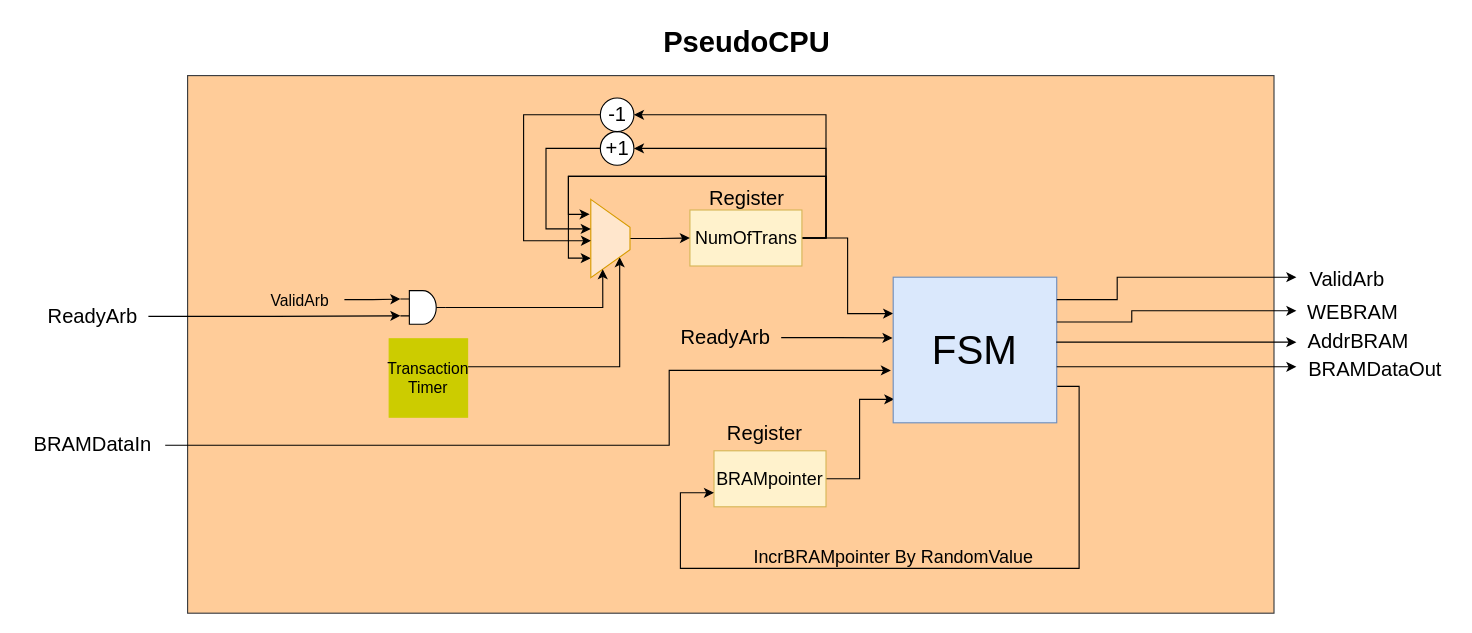
The draw.io diagram page "Σελίδα-1" (1 of 6) of chi-Doc-Draw/DMA/Drawings/FULLSystemAligned.drawio in akourkoulos/Chi-DMA, before the edit. Source tidied: cells renumbered, new cells numbered last; positions are measured from the earlier drawing's top-left corner, leaving out a move shared by most shapes. Both pictures are drawn from the tidied source at 112%, with x=0, y=0 at pixel (19, 19).
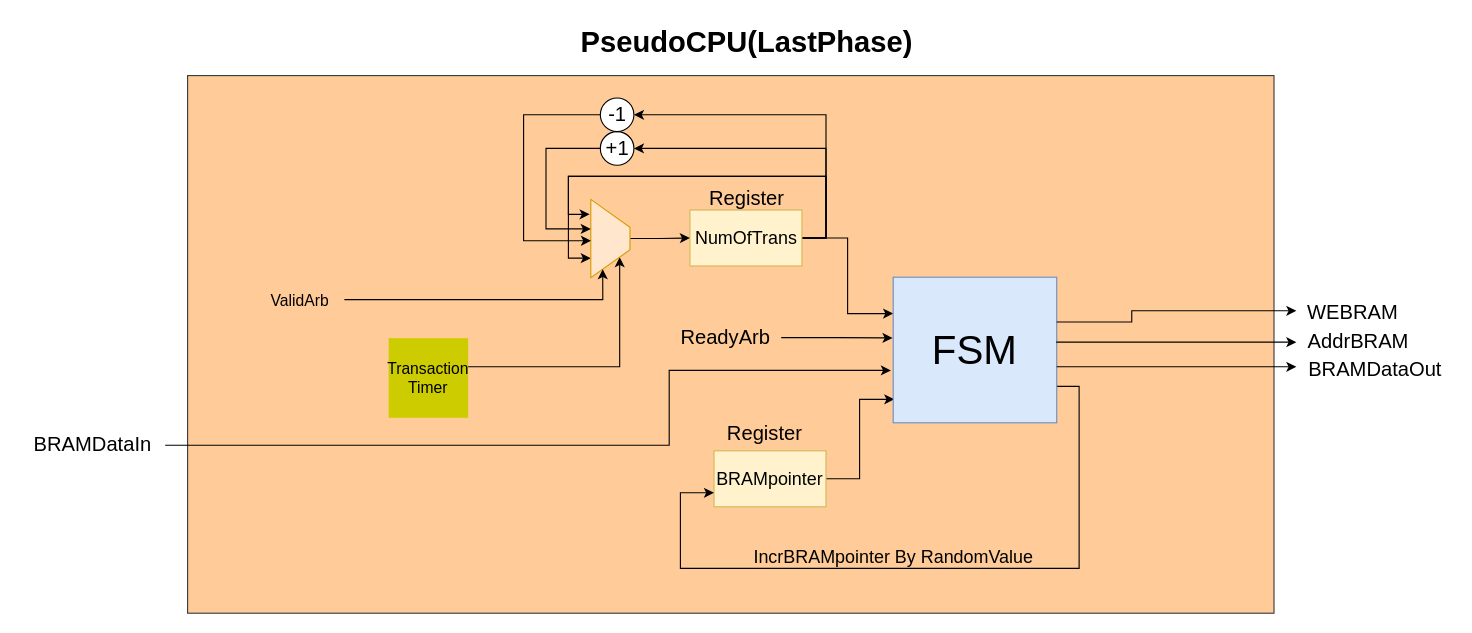
Above is the later version.

The change refers to these unchanged cells:
```xml
<mxCell id="14" style="shape=trapezoid;perimeter=trapezoidPerimeter;whiteSpace=wrap;html=1;fixedSize=1;strokeColor=#d79b00;fontSize=18;fillColor=#ffe6cc;rotation=90;size=25;" parent="1" vertex="1">
  <mxGeometry x="492.5" y="178" width="70" height="35" as="geometry" />
</mxCell>
<mxCell id="22" value="&lt;font style=&quot;font-size: 14px;&quot;&gt;ValidArb&lt;/font&gt;" style="text;html=1;align=center;verticalAlign=middle;points=[];strokeColor=none;fillColor=none;fontSize=18;" parent="1" vertex="1">
  <mxGeometry x="210" y="230" width="80" height="40" as="geometry" />
</mxCell>
<mxCell id="29" value="&lt;font style=&quot;font-size: 36px;&quot;&gt;FSM&lt;/font&gt;" style="rounded=0;whiteSpace=wrap;html=1;strokeColor=#6c8ebf;fontSize=16;fillColor=#dae8fc;" parent="1" vertex="1">
  <mxGeometry x="780" y="230" width="146" height="130" as="geometry" />
</mxCell>
```

The edit, as a diff of the source:
```diff
@@
-    <mxCell id="3" value="&lt;font style=&quot;font-size: 26px;&quot;&gt;&lt;b&gt;PseudoCPU&lt;/b&gt;&lt;/font&gt;" style="text;html=1;align=center;verticalAlign=middle;strokeColor=none;fillColor=none;" parent="1" vertex="1">
-      <mxGeometry x="563.5" width="170" height="40" as="geometry" />
+    <mxCell id="3" value="&lt;font style=&quot;font-size: 26px;&quot;&gt;&lt;b&gt;PseudoCPU(LastPhase)&lt;/b&gt;&lt;/font&gt;" style="text;html=1;align=center;verticalAlign=middle;strokeColor=none;fillColor=none;" parent="1" vertex="1">
+      <mxGeometry x="488.5" width="320" height="40" as="geometry" />
     </mxCell>
@@
-    <mxCell id="19" style="edgeStyle=orthogonalEdgeStyle;rounded=0;jettySize=auto;html=1;exitX=1;exitY=0.5;exitDx=0;exitDy=0;exitPerimeter=0;entryX=1;entryY=0.75;entryDx=0;entryDy=0;fontSize=16;" parent="1" edge="1" source="20" target="14">
-      <mxGeometry relative="1" as="geometry" />
+    <mxCell id="19" style="edgeStyle=orthogonalEdgeStyle;rounded=0;jettySize=auto;html=1;entryX=1;entryY=0.75;entryDx=0;entryDy=0;fontSize=16;" parent="1" edge="1" source="22" target="14">
+      <mxGeometry relative="1" as="geometry">
+        <Array as="points">
+          <mxPoint x="521" y="250" />
+        </Array>
+      </mxGeometry>
     </mxCell>
-    <mxCell id="20" style="verticalLabelPosition=bottom;shadow=0;dashed=0;align=center;html=1;verticalAlign=top;shape=mxgraph.electrical.logic_gates.logic_gate;operation=and;strokeColor=#000000;fontSize=18;fillColor=#FFFFFF;" parent="1" vertex="1">
-      <mxGeometry x="340" y="242" width="40" height="30" as="geometry" />
-    </mxCell>
-    <mxCell id="21" style="edgeStyle=orthogonalEdgeStyle;rounded=0;jettySize=auto;html=1;entryX=0;entryY=0.25;entryDx=0;entryDy=0;entryPerimeter=0;fontSize=16;" parent="1" edge="1" source="22" target="20">
-      <mxGeometry relative="1" as="geometry" />
-    </mxCell>
@@
-    <mxCell id="23" style="edgeStyle=orthogonalEdgeStyle;rounded=0;jettySize=auto;html=1;fontSize=16;entryX=0;entryY=0.75;entryDx=0;entryDy=0;entryPerimeter=0;" parent="1" edge="1" source="24" target="20">
-      <mxGeometry relative="1" as="geometry" />
-    </mxCell>
-    <mxCell id="24" value="&lt;font style=&quot;font-size: 18px;&quot;&gt;ReadyArb&lt;/font&gt;" style="text;html=1;align=center;verticalAlign=middle;points=[];strokeColor=none;fillColor=none;fontSize=18;" parent="1" vertex="1">
-      <mxGeometry x="15" y="245" width="100" height="40" as="geometry" />
-    </mxCell>
@@
-    <mxCell id="41" style="edgeStyle=orthogonalEdgeStyle;rounded=0;jettySize=auto;html=1;fontSize=18;" parent="1" edge="1" source="29" target="42">
-      <mxGeometry relative="1" as="geometry">
-        <Array as="points">
-          <mxPoint x="980" y="250" />
-          <mxPoint x="980" y="230" />
-        </Array>
-      </mxGeometry>
-    </mxCell>
-    <mxCell id="42" value="ValidArb" style="text;html=1;align=center;verticalAlign=middle;points=[];strokeColor=none;fillColor=none;fontSize=18;" parent="1" vertex="1">
-      <mxGeometry x="1140" y="212" width="90" height="40" as="geometry" />
-    </mxCell>
```
